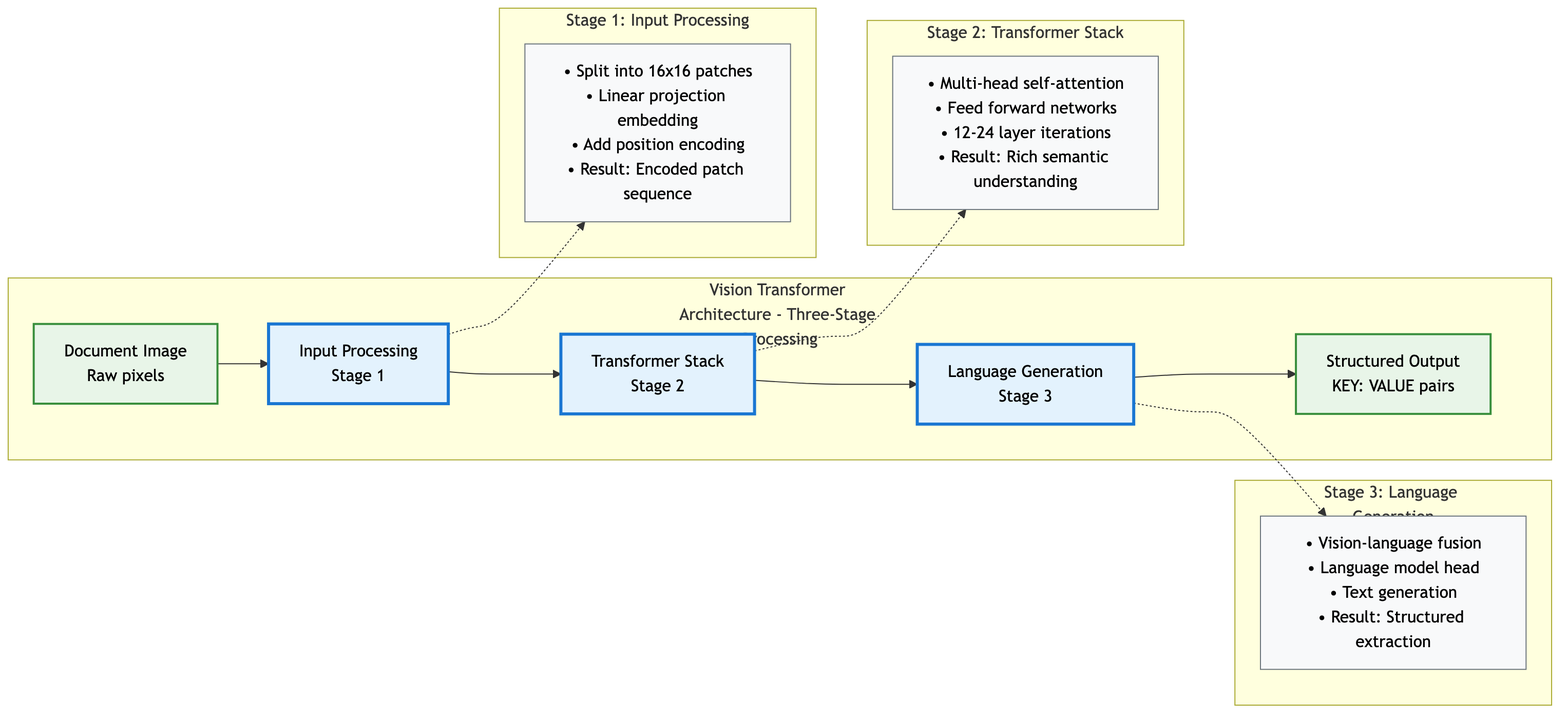
tmnestor/unified_vision_processor_minimal keeps this Mermaid diagram as presentation_materials/presentation_diagrams/mermaid_exports/ViT_Component_Flow.png. Above is the earlier version. Its source is kept beside it as presentation_materials/presentation_diagrams/mermaid_exports/ViT_Component_Flow.mmd. Source of this version:
```mermaid
graph LR
    subgraph vit ["Vision Transformer Architecture - Three-Stage Processing"]
        A[Document Image<br/>Raw pixels] --> B[Input Processing<br/>Stage 1]
        B --> C[Transformer Stack<br/>Stage 2]
        C --> D[Language Generation<br/>Stage 3]
        D --> E[Structured Output<br/>KEY: VALUE pairs]
    end

    subgraph stage1 ["Stage 1: Input Processing"]
        F[• Split into 16x16 patches<br/>• Linear projection embedding<br/>• Add position encoding<br/>• Result: Encoded patch sequence]
    end

    subgraph stage2 ["Stage 2: Transformer Stack"]
        G[• Multi-head self-attention<br/>• Feed forward networks<br/>• 12-24 layer iterations<br/>• Result: Rich semantic understanding]
    end

    subgraph stage3 ["Stage 3: Language Generation"]
        H[• Vision-language fusion<br/>• Language model head<br/>• Text generation<br/>• Result: Structured extraction]
    end

    B -.-> F
    C -.-> G
    D -.-> H

    classDef mainFlow fill:#e3f2fd,stroke:#1976d2,stroke-width:3px,color:#000
    classDef stageDetail fill:#f8f9fa,stroke:#6c757d,stroke-width:1px,color:#000
    classDef inputOutput fill:#e8f5e8,stroke:#388e3c,stroke-width:2px,color:#000

    class B,C,D mainFlow
    class A,E inputOutput
    class F,G,H stageDetail
```
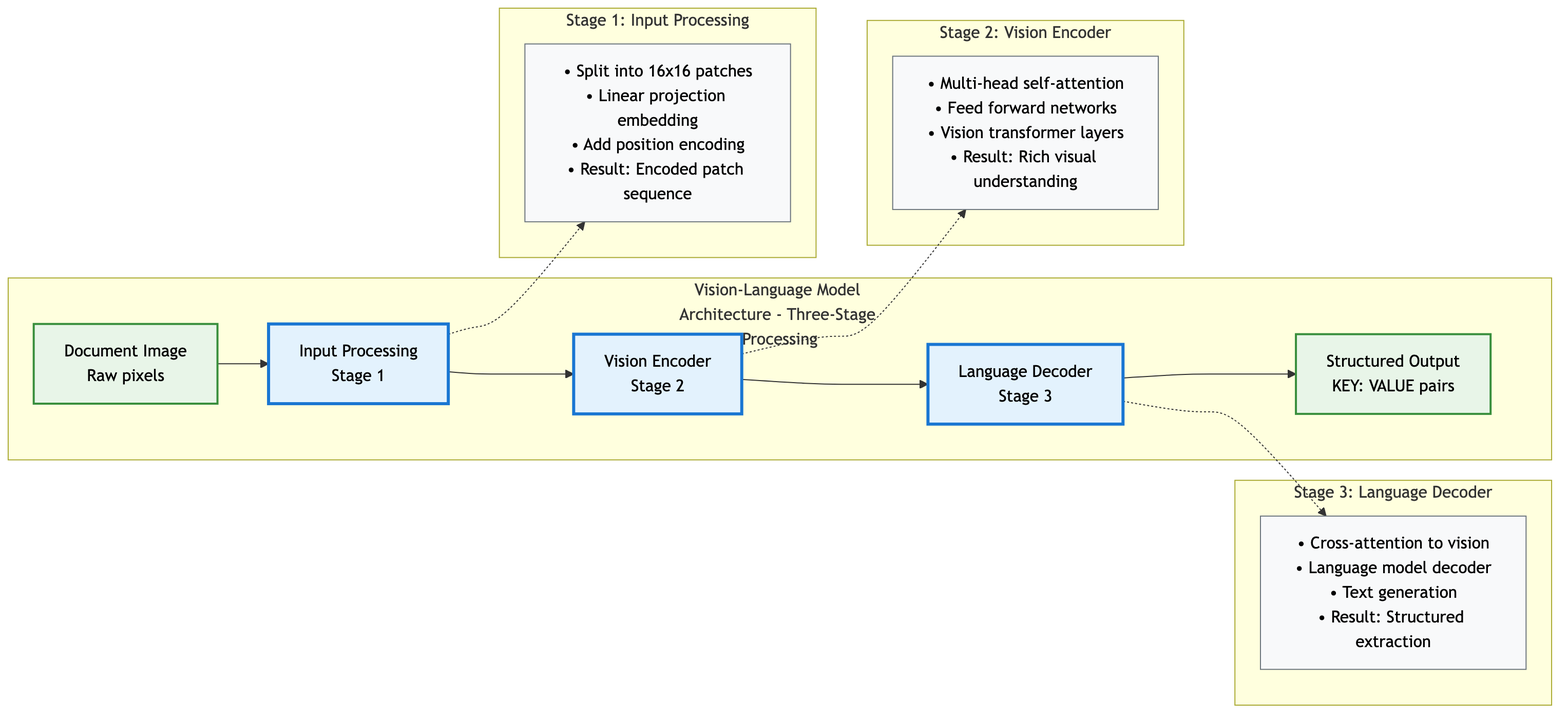
After the change.

Diff of the diagram source:
```diff
@@ -1,8 +1,8 @@
 graph LR
-    subgraph vit ["Vision Transformer Architecture - Three-Stage Processing"]
+    subgraph vit ["Vision-Language Model Architecture - Three-Stage Processing"]
         A[Document Image<br/>Raw pixels] --> B[Input Processing<br/>Stage 1]
-        B --> C[Transformer Stack<br/>Stage 2]
-        C --> D[Language Generation<br/>Stage 3]
+        B --> C[Vision Encoder<br/>Stage 2]
+        C --> D[Language Decoder<br/>Stage 3]
         D --> E[Structured Output<br/>KEY: VALUE pairs]
     end
 
@@ -10,12 +10,12 @@
         F[• Split into 16x16 patches<br/>• Linear projection embedding<br/>• Add position encoding<br/>• Result: Encoded patch sequence]
     end
 
-    subgraph stage2 ["Stage 2: Transformer Stack"]
-        G[• Multi-head self-attention<br/>• Feed forward networks<br/>• 12-24 layer iterations<br/>• Result: Rich semantic understanding]
+    subgraph stage2 ["Stage 2: Vision Encoder"]
+        G[• Multi-head self-attention<br/>• Feed forward networks<br/>• Vision transformer layers<br/>• Result: Rich visual understanding]
     end
 
-    subgraph stage3 ["Stage 3: Language Generation"]
-        H[• Vision-language fusion<br/>• Language model head<br/>• Text generation<br/>• Result: Structured extraction]
+    subgraph stage3 ["Stage 3: Language Decoder"]
+        H[• Cross-attention to vision<br/>• Language model decoder<br/>• Text generation<br/>• Result: Structured extraction]
     end
 
     B -.-> F
```
